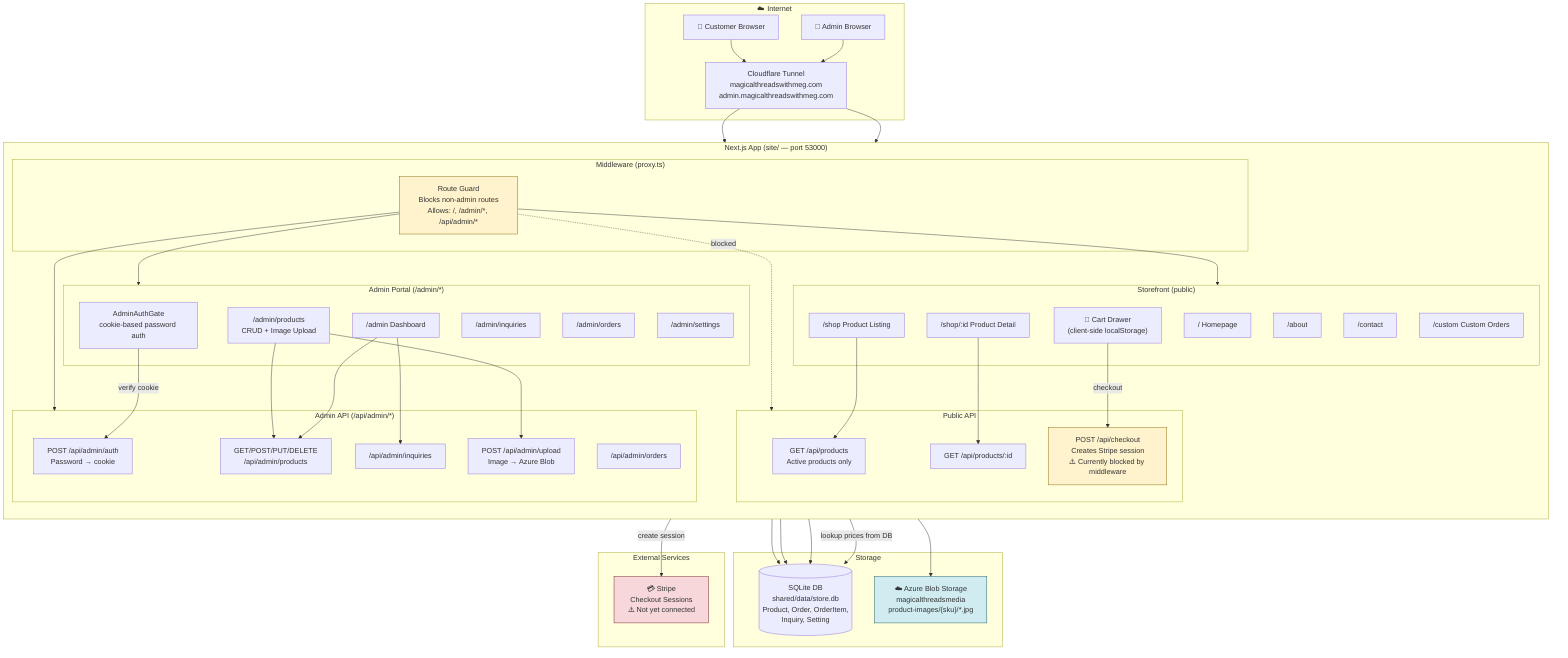
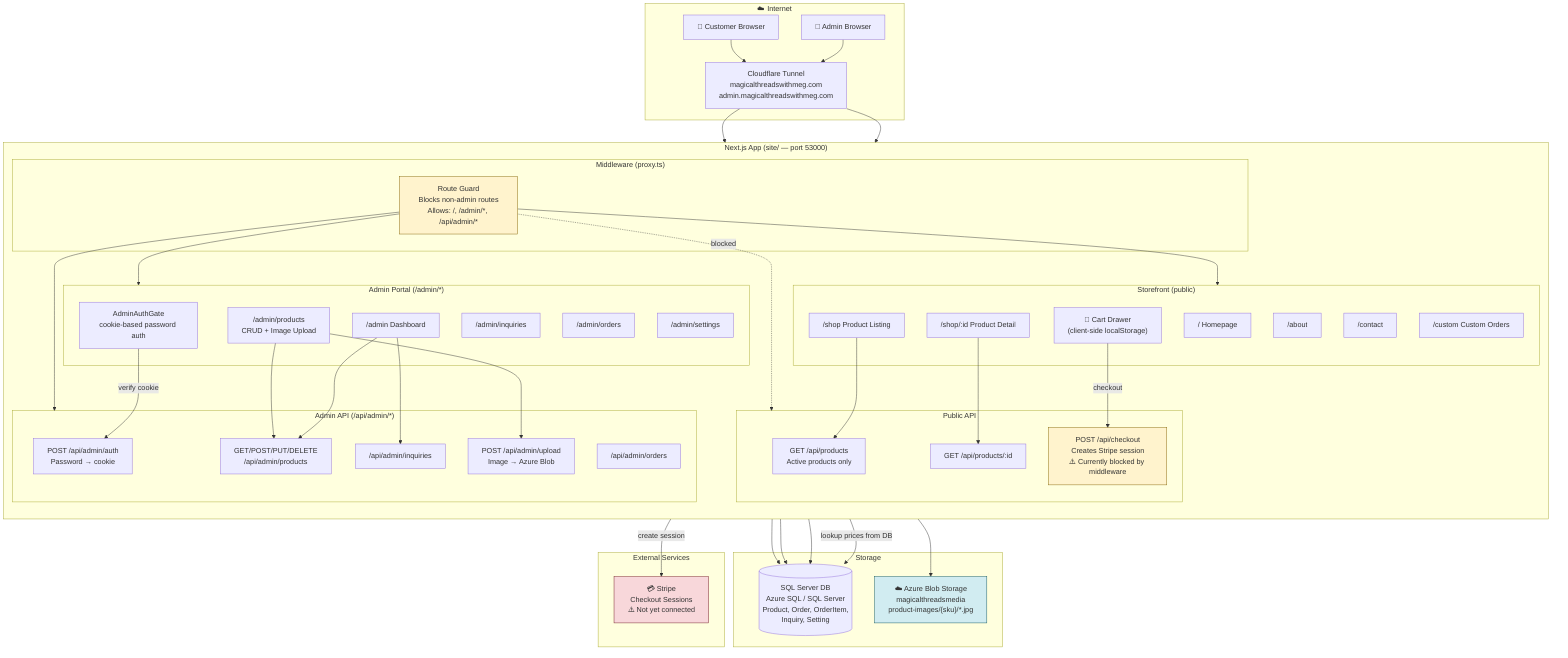
flowchart TB
    subgraph Internet["☁️ Internet"]
        Customer["🛒 Customer Browser"]
        Admin["🔐 Admin Browser"]
        CF["Cloudflare Tunnel<br/>magicalthreadswithmeg.com<br/>admin.magicalthreadswithmeg.com"]
    end

    subgraph NextJS["Next.js App (site/ — port 53000)"]
        direction TB

        subgraph StoreFront["Storefront (public)"]
            Home["/ Homepage"]
            Shop["/shop Product Listing"]
            PDP["/shop/:id Product Detail"]
            About["/about"]
            Contact["/contact"]
            Custom["/custom Custom Orders"]
            CartUI["🛒 Cart Drawer<br/>(client-side localStorage)"]
        end

        subgraph AdminPortal["Admin Portal (/admin/*)"]
            AuthGate["AdminAuthGate<br/>cookie-based password auth"]
            Dashboard["/admin Dashboard"]
            Products["/admin/products<br/>CRUD + Image Upload"]
            Inquiries["/admin/inquiries"]
            Orders["/admin/orders"]
            Settings["/admin/settings"]
        end

        subgraph Middleware["Middleware (proxy.ts)"]
            MW["Route Guard<br/>Blocks non-admin routes<br/>Allows: /, /admin/*, /api/admin/*"]
        end

        subgraph PublicAPI["Public API"]
            GetProducts["GET /api/products<br/>Active products only"]
            GetProduct["GET /api/products/:id"]
            Checkout["POST /api/checkout<br/>Creates Stripe session<br/>⚠️ Currently blocked by middleware"]
        end

        subgraph AdminAPI["Admin API (/api/admin/*)"]
            AdminAuth["POST /api/admin/auth<br/>Password → cookie"]
            AdminProducts["GET/POST/PUT/DELETE<br/>/api/admin/products"]
            AdminUpload["POST /api/admin/upload<br/>Image → Azure Blob"]
            AdminInquiries["/api/admin/inquiries"]
            AdminOrders["/api/admin/orders"]
        end
    end

    subgraph Storage["Storage"]
-         SQLite[("SQLite DB<br/>shared/data/store.db<br/>Product, Order, OrderItem,<br/>Inquiry, Setting")]
+         Database[("SQL Server DB<br/>Azure SQL / SQL Server<br/>Product, Order, OrderItem,<br/>Inquiry, Setting")]
        Azure["☁️ Azure Blob Storage<br/>magicalthreadsmedia<br/>product-images/{sku}/*.jpg"]
    end

    subgraph External["External Services"]
        Stripe["💳 Stripe<br/>Checkout Sessions<br/>⚠️ Not yet connected"]
    end

    Customer --> CF --> MW
    Admin --> CF --> MW

    MW --> StoreFront
    MW --> AdminPortal
    MW --> AdminAPI
    MW -.->|"blocked"| PublicAPI

    AuthGate -->|"verify cookie"| AdminAuth
    Dashboard --> AdminProducts
    Dashboard --> AdminInquiries
    Products --> AdminProducts
    Products --> AdminUpload

    Shop --> GetProducts
    PDP --> GetProduct
    CartUI -->|"checkout"| Checkout

-     AdminProducts --> SQLite
+     AdminProducts --> Database
    AdminUpload --> Azure
-     GetProducts --> SQLite
-     GetProduct --> SQLite
-     Checkout -->|"lookup prices from DB"| SQLite
+     GetProducts --> Database
+     GetProduct --> Database
+     Checkout -->|"lookup prices from DB"| Database
    Checkout -->|"create session"| Stripe

    style MW fill:#fff3cd,stroke:#856404
    style Checkout fill:#fff3cd,stroke:#856404
    style Stripe fill:#f8d7da,stroke:#721c24
    style Azure fill:#d1ecf1,stroke:#0c5460
